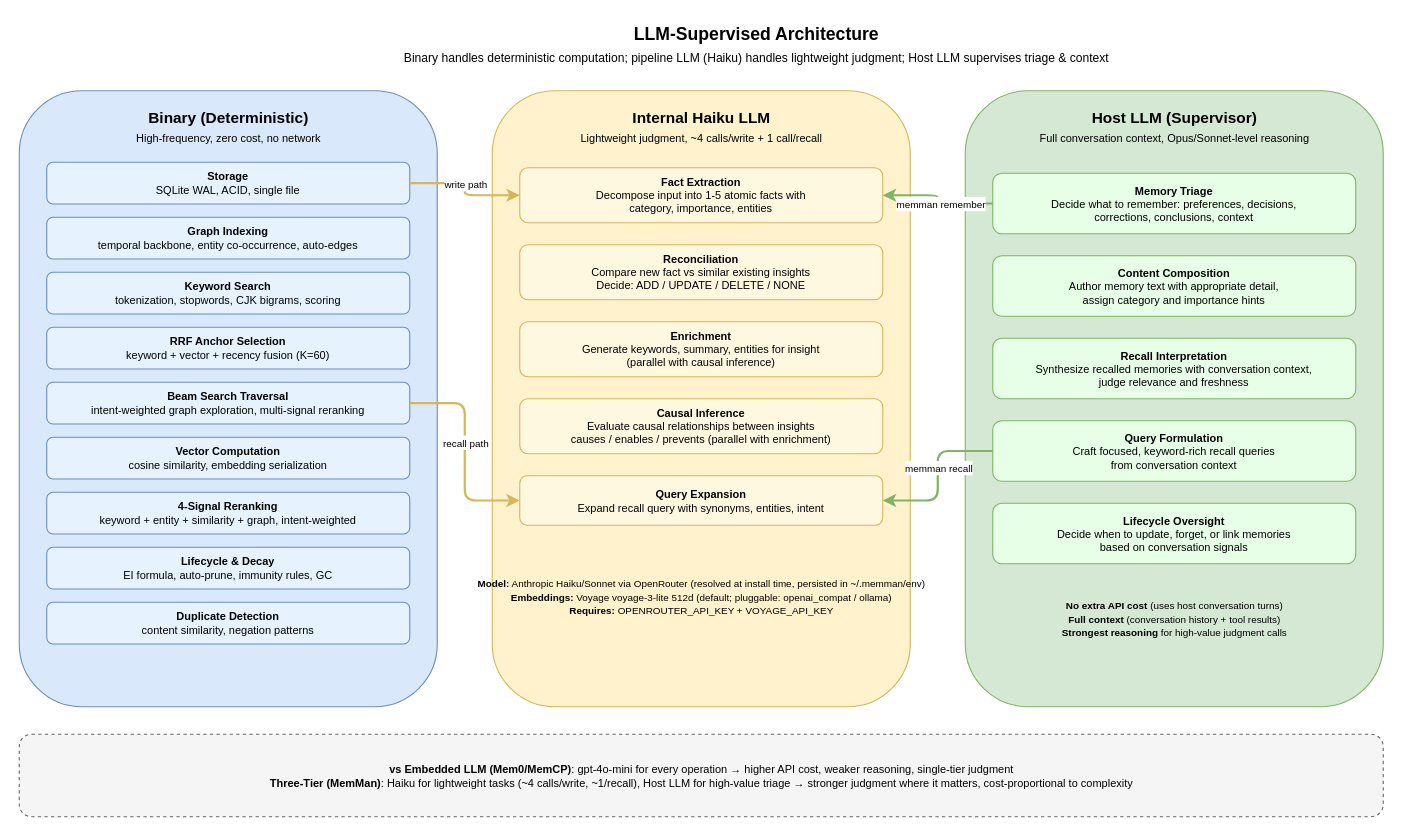
The draw.io diagram docs/diagrams/05-llm-supervised.drawio in bissli/memman, before the edit. Source tidied: cells renumbered, new cells numbered last; positions are measured from the earlier drawing's top-left corner, leaving out a move shared by most shapes. Both pictures are drawn from the tidied source at 110%, with x=0, y=0 at pixel (19, 19).
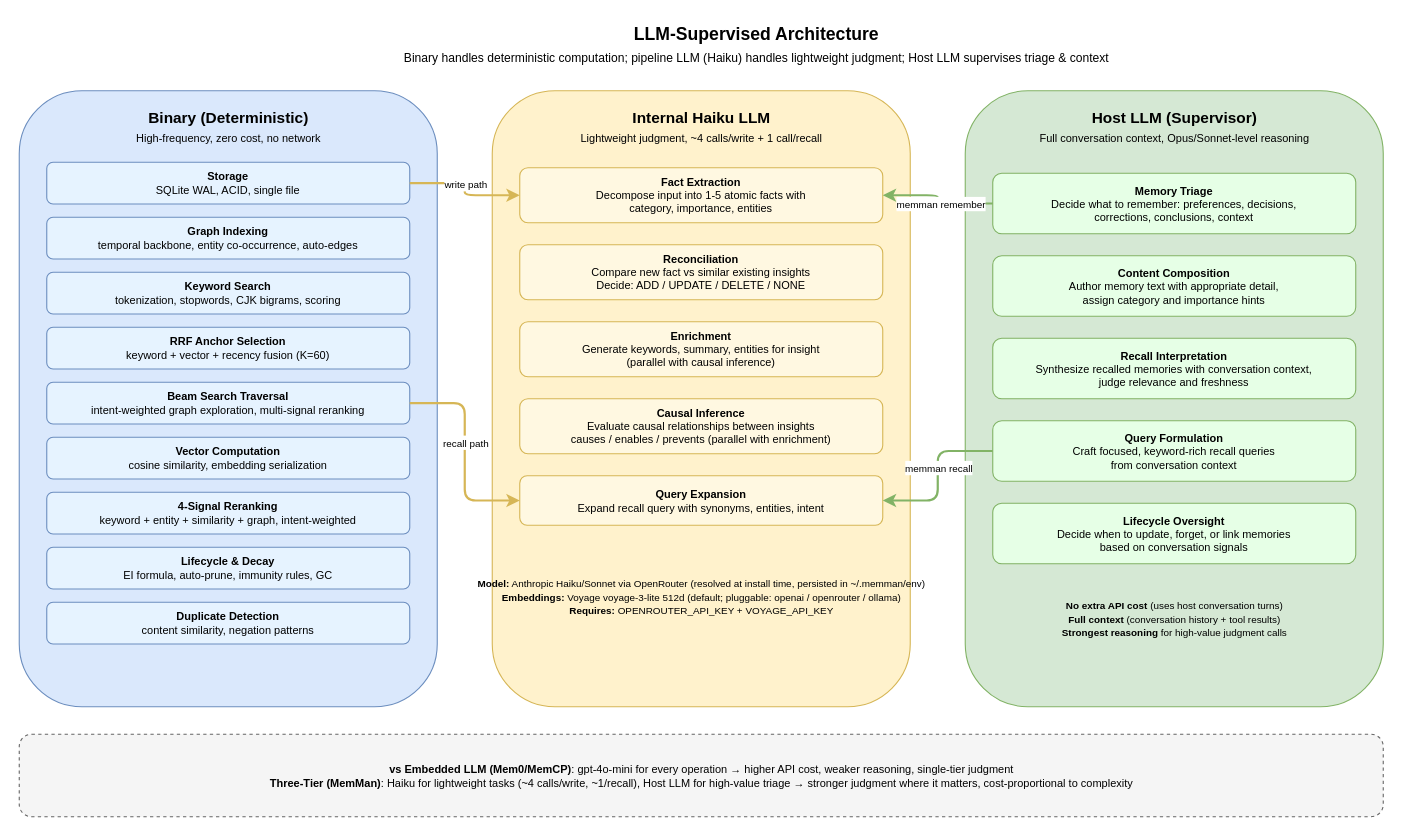
The same page after the edit.

What changed in the source:
```diff
@@
-    <mxCell id="21" value="&lt;font style=&quot;font-size:9px&quot;&gt;&lt;b&gt;Model:&lt;/b&gt; Anthropic Haiku/Sonnet via OpenRouter (resolved at install time, persisted in ~/.memman/env)&lt;br&gt;&lt;b&gt;Embeddings:&lt;/b&gt; Voyage voyage-3-lite 512d (default; pluggable: openai_compat / ollama)&lt;br&gt;&lt;b&gt;Requires:&lt;/b&gt; OPENROUTER_API_KEY + VOYAGE_API_KEY&lt;/font&gt;" style="text;html=1;align=center;fontSize=10;fillColor=none;strokeColor=none;verticalAlign=middle;" parent="1" vertex="1">
+    <mxCell id="21" value="&lt;font style=&quot;font-size:9px&quot;&gt;&lt;b&gt;Model:&lt;/b&gt; Anthropic Haiku/Sonnet via OpenRouter (resolved at install time, persisted in ~/.memman/env)&lt;br&gt;&lt;b&gt;Embeddings:&lt;/b&gt; Voyage voyage-3-lite 512d (default; pluggable: openai / openrouter / ollama)&lt;br&gt;&lt;b&gt;Requires:&lt;/b&gt; OPENROUTER_API_KEY + VOYAGE_API_KEY&lt;/font&gt;" style="text;html=1;align=center;fontSize=10;fillColor=none;strokeColor=none;verticalAlign=middle;" parent="1" vertex="1">
       <mxGeometry x="470" y="500" width="300" height="50" as="geometry" />
     </mxCell>
```
